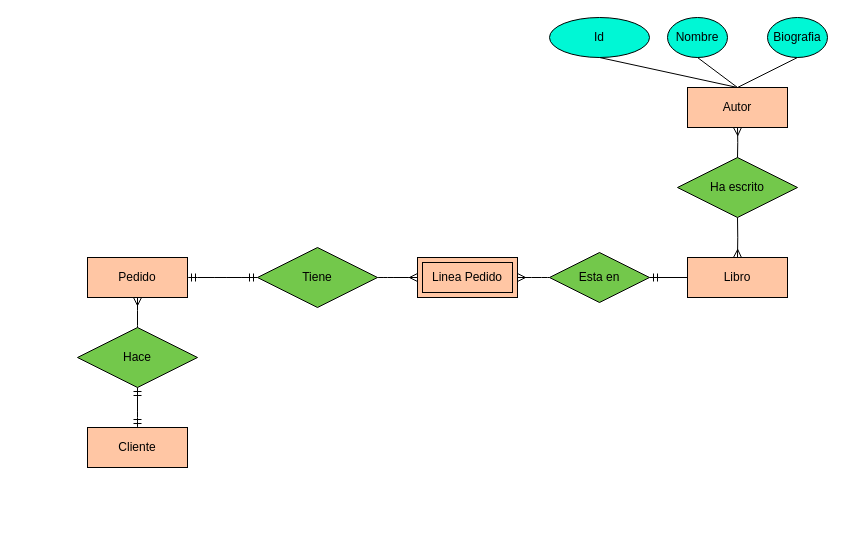
Before: 00-er-partida.drawio in dawnrock/diagrams, a draw.io diagram. Source tidied: cells renumbered, new cells numbered last; positions are measured from the earlier drawing's top-left corner, leaving out a move shared by most shapes. Both pictures are drawn from the tidied source at 100%, with x=0, y=0 at pixel (77, 17).
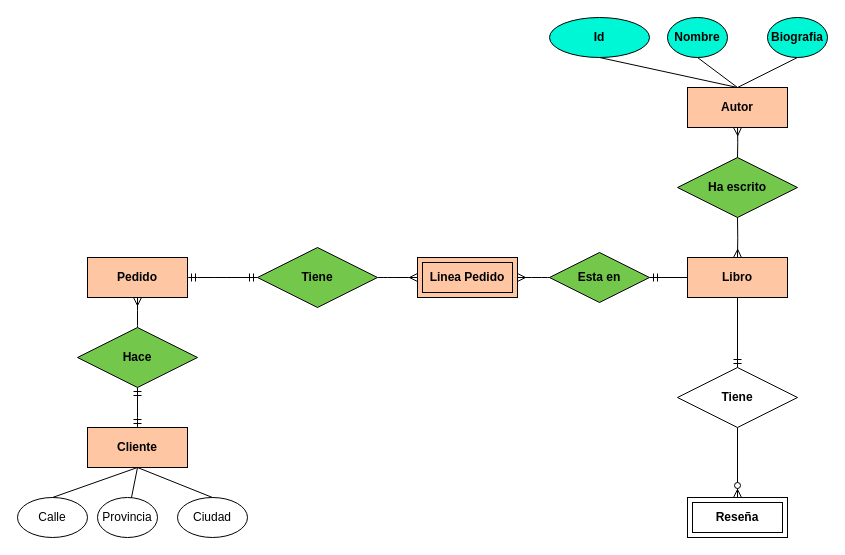
After the change.

What changed in the source:
```diff
@@
-    <mxCell id="2" value="Libro" style="whiteSpace=wrap;html=1;align=center;fillColor=#FFC6A4;" parent="1" vertex="1">
+    <mxCell id="2" value="&lt;b&gt;Libro&lt;/b&gt;" style="whiteSpace=wrap;html=1;align=center;fillColor=#FFC6A4;" parent="1" vertex="1">
       <mxGeometry x="610" y="240" width="100" height="40" as="geometry" />
     </mxCell>
-    <mxCell id="3" value="Autor" style="whiteSpace=wrap;html=1;align=center;fillColor=#FFC6A4;" parent="1" vertex="1">
+    <mxCell id="3" value="&lt;b&gt;Autor&lt;/b&gt;" style="whiteSpace=wrap;html=1;align=center;fillColor=#FFC6A4;" parent="1" vertex="1">
       <mxGeometry x="610" y="70" width="100" height="40" as="geometry" />
     </mxCell>
-    <mxCell id="4" value="Ha escrito" style="shape=rhombus;perimeter=rhombusPerimeter;whiteSpace=wrap;html=1;align=center;fillColor=#73C84B;" parent="1" vertex="1">
+    <mxCell id="4" value="&lt;b&gt;Ha escrito&lt;/b&gt;" style="shape=rhombus;perimeter=rhombusPerimeter;whiteSpace=wrap;html=1;align=center;fillColor=#73C84B;" parent="1" vertex="1">
       <mxGeometry x="600" y="140" width="120" height="60" as="geometry" />
     </mxCell>
@@
-    <mxCell id="7" value="Cliente" style="whiteSpace=wrap;html=1;align=center;fillColor=#FFC6A4;" parent="1" vertex="1">
+    <mxCell id="7" value="&lt;b&gt;Cliente&lt;/b&gt;" style="whiteSpace=wrap;html=1;align=center;fillColor=#FFC6A4;" parent="1" vertex="1">
       <mxGeometry x="10" y="410" width="100" height="40" as="geometry" />
     </mxCell>
-    <mxCell id="8" value="Pedido" style="whiteSpace=wrap;html=1;align=center;fillColor=#FFC6A4;" parent="1" vertex="1">
+    <mxCell id="8" value="&lt;b&gt;Pedido&lt;/b&gt;" style="whiteSpace=wrap;html=1;align=center;fillColor=#FFC6A4;" parent="1" vertex="1">
       <mxGeometry x="10" y="240" width="100" height="40" as="geometry" />
     </mxCell>
-    <mxCell id="9" value="Hace" style="shape=rhombus;perimeter=rhombusPerimeter;whiteSpace=wrap;html=1;align=center;fillColor=#73C84B;" parent="1" vertex="1">
+    <mxCell id="9" value="&lt;b&gt;Hace&lt;/b&gt;" style="shape=rhombus;perimeter=rhombusPerimeter;whiteSpace=wrap;html=1;align=center;fillColor=#73C84B;" parent="1" vertex="1">
       <mxGeometry y="310" width="120" height="60" as="geometry" />
     </mxCell>
@@
-    <mxCell id="12" value="Linea Pedido" style="shape=ext;margin=3;double=1;whiteSpace=wrap;html=1;align=center;fillColor=#FFC6A4;" parent="1" vertex="1">
+    <mxCell id="12" value="&lt;b&gt;Linea Pedido&lt;/b&gt;" style="shape=ext;margin=3;double=1;whiteSpace=wrap;html=1;align=center;fillColor=#FFC6A4;" parent="1" vertex="1">
       <mxGeometry x="340" y="240" width="100" height="40" as="geometry" />
     </mxCell>
-    <mxCell id="13" value="Tiene" style="shape=rhombus;perimeter=rhombusPerimeter;whiteSpace=wrap;html=1;align=center;fillColor=#73C84B;" parent="1" vertex="1">
+    <mxCell id="13" value="&lt;b&gt;Tiene&lt;/b&gt;" style="shape=rhombus;perimeter=rhombusPerimeter;whiteSpace=wrap;html=1;align=center;fillColor=#73C84B;" parent="1" vertex="1">
       <mxGeometry x="180" y="230" width="120" height="60" as="geometry" />
     </mxCell>
@@
-    <mxCell id="16" value="Esta en" style="shape=rhombus;perimeter=rhombusPerimeter;whiteSpace=wrap;html=1;align=center;fillColor=#73C84B;" parent="1" vertex="1">
+    <mxCell id="16" value="&lt;b&gt;Esta en&lt;/b&gt;" style="shape=rhombus;perimeter=rhombusPerimeter;whiteSpace=wrap;html=1;align=center;fillColor=#73C84B;" parent="1" vertex="1">
       <mxGeometry x="472" y="235" width="100" height="50" as="geometry" />
     </mxCell>
@@
-    <mxCell id="19" value="Nombre" style="ellipse;whiteSpace=wrap;html=1;align=center;fillColor=#00F7D5;" parent="1" vertex="1">
+    <mxCell id="19" value="&lt;b&gt;Nombre&lt;/b&gt;" style="ellipse;whiteSpace=wrap;html=1;align=center;fillColor=#00F7D5;" parent="1" vertex="1">
       <mxGeometry x="590" width="60" height="40" as="geometry" />
     </mxCell>
-    <mxCell id="20" value="Id" style="ellipse;whiteSpace=wrap;html=1;align=center;fillColor=#00F7D5;" parent="1" vertex="1">
+    <mxCell id="20" value="&lt;b&gt;Id&lt;/b&gt;" style="ellipse;whiteSpace=wrap;html=1;align=center;fillColor=#00F7D5;" parent="1" vertex="1">
       <mxGeometry x="472" width="100" height="40" as="geometry" />
     </mxCell>
-    <mxCell id="21" value="Biografia" style="ellipse;whiteSpace=wrap;html=1;align=center;fillColor=#00F7D5;" parent="1" vertex="1">
+    <mxCell id="21" value="&lt;b&gt;Biografia&lt;/b&gt;" style="ellipse;whiteSpace=wrap;html=1;align=center;fillColor=#00F7D5;" parent="1" vertex="1">
       <mxGeometry x="690" width="60" height="40" as="geometry" />
     </mxCell>
@@
+    <mxCell id="25" value="&lt;b&gt;Reseña&lt;/b&gt;" style="shape=ext;margin=3;double=1;whiteSpace=wrap;html=1;align=center;" parent="1" vertex="1">
+      <mxGeometry x="610" y="480" width="100" height="40" as="geometry" />
+    </mxCell>
+    <mxCell id="26" value="&lt;b&gt;Tiene&lt;/b&gt;" style="shape=rhombus;perimeter=rhombusPerimeter;whiteSpace=wrap;html=1;align=center;" parent="1" vertex="1">
+      <mxGeometry x="600" y="350" width="120" height="60" as="geometry" />
+    </mxCell>
+    <mxCell id="27" style="fontSize=12;html=1;endArrow=ERmandOne;rounded=0;entryX=0.5;entryY=0;entryDx=0;entryDy=0;exitX=0.5;exitY=1;exitDx=0;exitDy=0;" parent="1" edge="1" source="2" target="26">
+      <mxGeometry relative="1" as="geometry" />
+    </mxCell>
+    <mxCell id="28" style="fontSize=12;html=1;endArrow=ERzeroToMany;endFill=1;rounded=0;exitX=0.5;exitY=1;exitDx=0;exitDy=0;entryX=0.5;entryY=0;entryDx=0;entryDy=0;" parent="1" edge="1" source="26" target="25">
+      <mxGeometry relative="1" as="geometry" />
+    </mxCell>
+    <mxCell id="29" value="Ciudad" style="ellipse;whiteSpace=wrap;html=1;align=center;" parent="1" vertex="1">
+      <mxGeometry x="100" y="480" width="70" height="40" as="geometry" />
+    </mxCell>
+    <mxCell id="30" value="Calle" style="ellipse;whiteSpace=wrap;html=1;align=center;" parent="1" vertex="1">
+      <mxGeometry x="-60" y="480" width="70" height="40" as="geometry" />
+    </mxCell>
+    <mxCell id="31" value="Provincia" style="ellipse;whiteSpace=wrap;html=1;align=center;" parent="1" vertex="1">
+      <mxGeometry x="20" y="480" width="60" height="40" as="geometry" />
+    </mxCell>
+    <mxCell id="32" style="endArrow=none;html=1;rounded=0;entryX=0.5;entryY=1;entryDx=0;entryDy=0;exitX=0.5;exitY=0;exitDx=0;exitDy=0;" parent="1" edge="1" source="30" target="7">
+      <mxGeometry relative="1" as="geometry" />
+    </mxCell>
+    <mxCell id="33" style="endArrow=none;html=1;rounded=0;entryX=0.5;entryY=0;entryDx=0;entryDy=0;" parent="1" edge="1" target="29">
+      <mxGeometry relative="1" as="geometry">
+        <mxPoint x="60" y="450" as="sourcePoint" />
+      </mxGeometry>
+    </mxCell>
+    <mxCell id="34" style="endArrow=none;html=1;rounded=0;exitX=0.5;exitY=1;exitDx=0;exitDy=0;" parent="1" edge="1" source="7" target="31">
+      <mxGeometry relative="1" as="geometry" />
+    </mxCell>
```
